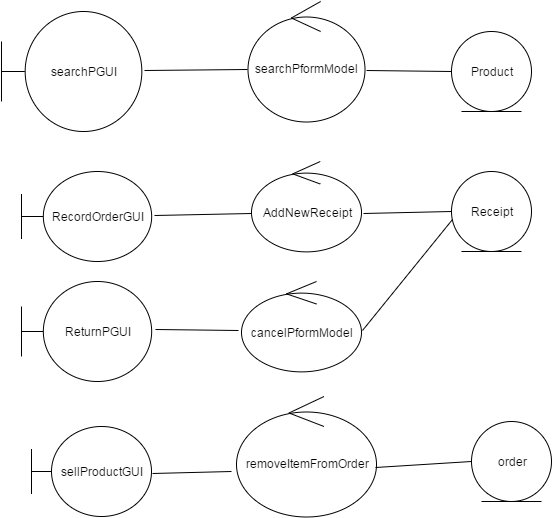
Before: MVCmodelSellproduct.png, a diagram exported from draw.io (suthikiet076/bSoftPOS_reqDoc). Source tidied: cells renumbered, new cells last; positions are measured from the earlier drawing's top-left corner, leaving out a move shared by most shapes. Its diagram source:
```xml
<mxGraphModel background="#ffffff">
  <root>
    <mxCell id="0" />
    <mxCell id="1" parent="0" />
    <mxCell id="2" value="searchPGUI" style="shape=umlBoundary;whiteSpace=wrap;html=1;" parent="1" vertex="1">
      <mxGeometry y="10" width="140" height="120" as="geometry" />
    </mxCell>
    <mxCell id="3" value="Product" style="ellipse;shape=umlEntity;whiteSpace=wrap;html=1;" parent="1" vertex="1">
      <mxGeometry x="450" y="30" width="80" height="80" as="geometry" />
    </mxCell>
    <mxCell id="4" value="searchPformModel" style="ellipse;shape=umlControl;whiteSpace=wrap;html=1;" parent="1" vertex="1">
      <mxGeometry x="246" width="117" height="120" as="geometry" />
    </mxCell>
    <mxCell id="5" style="endArrow=none;html=1;exitX=1.021;exitY=0.492;exitPerimeter=0;entryX=0;entryY=0.567;entryPerimeter=0;" parent="1" edge="1" source="2" target="4">
      <mxGeometry relative="1" as="geometry" />
    </mxCell>
    <mxCell id="6" style="endArrow=none;html=1;exitX=1.017;exitY=0.575;exitPerimeter=0;entryX=0;entryY=0.5;" parent="1" edge="1" source="4" target="3">
      <mxGeometry relative="1" as="geometry" />
    </mxCell>
    <mxCell id="7" value="RecordOrderGUI" style="shape=umlBoundary;whiteSpace=wrap;html=1;" parent="1" vertex="1">
      <mxGeometry x="20" y="170" width="130" height="90" as="geometry" />
    </mxCell>
    <mxCell id="8" value="Receipt" style="ellipse;shape=umlEntity;whiteSpace=wrap;html=1;" parent="1" vertex="1">
      <mxGeometry x="450" y="170" width="80" height="80" as="geometry" />
    </mxCell>
    <mxCell id="9" value="AddNewReceipt" style="ellipse;shape=umlControl;whiteSpace=wrap;html=1;" parent="1" vertex="1">
      <mxGeometry x="250" y="160" width="110" height="90" as="geometry" />
    </mxCell>
    <mxCell id="10" value="ReturnPGUI" style="shape=umlBoundary;whiteSpace=wrap;html=1;" parent="1" vertex="1">
      <mxGeometry x="20" y="280" width="130" height="100" as="geometry" />
    </mxCell>
    <mxCell id="11" value="cancelPformModel" style="ellipse;shape=umlControl;whiteSpace=wrap;html=1;" parent="1" vertex="1">
      <mxGeometry x="240" y="280" width="120" height="90" as="geometry" />
    </mxCell>
    <mxCell id="12" style="endArrow=none;html=1;entryX=0;entryY=0.578;entryPerimeter=0;exitX=1.023;exitY=0.489;exitPerimeter=0;" parent="1" edge="1" source="7" target="9">
      <mxGeometry relative="1" as="geometry" />
    </mxCell>
    <mxCell id="13" style="endArrow=none;html=1;exitX=1.018;exitY=0.578;exitPerimeter=0;entryX=0;entryY=0.5;" parent="1" edge="1" source="9" target="8">
      <mxGeometry x="410" y="249" as="geometry" />
    </mxCell>
    <mxCell id="14" style="endArrow=none;html=1;entryX=-0.025;entryY=0.544;entryPerimeter=0;exitX=1.031;exitY=0.48;exitPerimeter=0;" parent="1" edge="1" source="10" target="11">
      <mxGeometry x="224" y="275" as="geometry" />
    </mxCell>
    <mxCell id="15" style="endArrow=none;html=1;entryX=0.013;entryY=0.6;entryPerimeter=0;exitX=1.008;exitY=0.544;exitPerimeter=0;" parent="1" edge="1" source="11" target="8">
      <mxGeometry x="451" y="360" as="geometry" />
    </mxCell>
    <mxCell id="16" value="sellProductGUI" style="shape=umlBoundary;whiteSpace=wrap;html=1;" parent="1" vertex="1">
      <mxGeometry x="30" y="425" width="120" height="90" as="geometry" />
    </mxCell>
    <mxCell id="17" value="order" style="ellipse;shape=umlEntity;whiteSpace=wrap;html=1;" parent="1" vertex="1">
      <mxGeometry x="470" y="420" width="80" height="80" as="geometry" />
    </mxCell>
    <mxCell id="18" value="removeItemFromOrder" style="ellipse;shape=umlControl;whiteSpace=wrap;html=1;" parent="1" vertex="1">
      <mxGeometry x="235" y="395" width="140" height="120" as="geometry" />
    </mxCell>
    <mxCell id="19" style="endArrow=none;html=1;exitX=1.008;exitY=0.522;exitPerimeter=0;" parent="1" edge="1" source="16">
      <mxGeometry relative="1" as="geometry">
        <mxPoint x="230" y="470" as="targetPoint" />
      </mxGeometry>
    </mxCell>
    <mxCell id="20" style="endArrow=none;html=1;exitX=0.993;exitY=0.592;exitPerimeter=0;entryX=0;entryY=0.5;" parent="1" edge="1" source="18" target="17">
      <mxGeometry x="425" y="509" as="geometry" />
    </mxCell>
  </root>
</mxGraphModel>
```
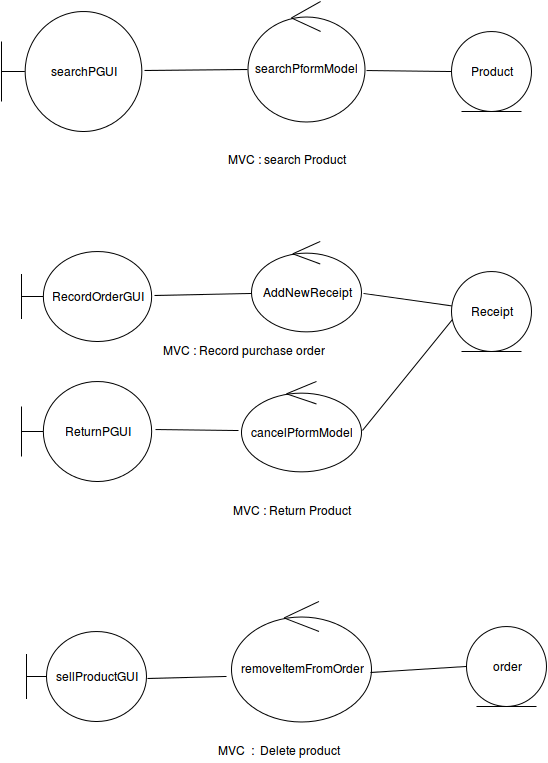
The same file after the commit.

The edit, as a diff of the source:
```diff
@@ -3,13 +3,13 @@
     <mxCell id="0" />
     <mxCell id="1" parent="0" />
     <mxCell id="2" value="searchPGUI" style="shape=umlBoundary;whiteSpace=wrap;html=1;" parent="1" vertex="1">
-      <mxGeometry y="10" width="140" height="120" as="geometry" />
+      <mxGeometry x="65" y="70" width="140" height="120" as="geometry" />
     </mxCell>
     <mxCell id="3" value="Product" style="ellipse;shape=umlEntity;whiteSpace=wrap;html=1;" parent="1" vertex="1">
-      <mxGeometry x="450" y="30" width="80" height="80" as="geometry" />
+      <mxGeometry x="515" y="90" width="80" height="80" as="geometry" />
     </mxCell>
     <mxCell id="4" value="searchPformModel" style="ellipse;shape=umlControl;whiteSpace=wrap;html=1;" parent="1" vertex="1">
-      <mxGeometry x="246" width="117" height="120" as="geometry" />
+      <mxGeometry x="311" y="60" width="117" height="120" as="geometry" />
     </mxCell>
     <mxCell id="5" style="endArrow=none;html=1;exitX=1.021;exitY=0.492;exitPerimeter=0;entryX=0;entryY=0.567;entryPerimeter=0;" parent="1" edge="1" source="2" target="4">
       <mxGeometry relative="1" as="geometry" />
@@ -18,48 +18,60 @@
       <mxGeometry relative="1" as="geometry" />
     </mxCell>
     <mxCell id="7" value="RecordOrderGUI" style="shape=umlBoundary;whiteSpace=wrap;html=1;" parent="1" vertex="1">
-      <mxGeometry x="20" y="170" width="130" height="90" as="geometry" />
+      <mxGeometry x="85" y="310" width="130" height="90" as="geometry" />
     </mxCell>
     <mxCell id="8" value="Receipt" style="ellipse;shape=umlEntity;whiteSpace=wrap;html=1;" parent="1" vertex="1">
-      <mxGeometry x="450" y="170" width="80" height="80" as="geometry" />
+      <mxGeometry x="515" y="330" width="80" height="80" as="geometry" />
     </mxCell>
     <mxCell id="9" value="AddNewReceipt" style="ellipse;shape=umlControl;whiteSpace=wrap;html=1;" parent="1" vertex="1">
-      <mxGeometry x="250" y="160" width="110" height="90" as="geometry" />
+      <mxGeometry x="315" y="300" width="110" height="90" as="geometry" />
     </mxCell>
     <mxCell id="10" value="ReturnPGUI" style="shape=umlBoundary;whiteSpace=wrap;html=1;" parent="1" vertex="1">
-      <mxGeometry x="20" y="280" width="130" height="100" as="geometry" />
+      <mxGeometry x="85" y="440" width="130" height="100" as="geometry" />
     </mxCell>
     <mxCell id="11" value="cancelPformModel" style="ellipse;shape=umlControl;whiteSpace=wrap;html=1;" parent="1" vertex="1">
-      <mxGeometry x="240" y="280" width="120" height="90" as="geometry" />
+      <mxGeometry x="305" y="440" width="120" height="90" as="geometry" />
     </mxCell>
     <mxCell id="12" style="endArrow=none;html=1;entryX=0;entryY=0.578;entryPerimeter=0;exitX=1.023;exitY=0.489;exitPerimeter=0;" parent="1" edge="1" source="7" target="9">
       <mxGeometry relative="1" as="geometry" />
     </mxCell>
-    <mxCell id="13" style="endArrow=none;html=1;exitX=1.018;exitY=0.578;exitPerimeter=0;entryX=0;entryY=0.5;" parent="1" edge="1" source="9" target="8">
-      <mxGeometry x="410" y="249" as="geometry" />
+    <mxCell id="13" style="endArrow=none;html=1;exitX=1.018;exitY=0.578;exitPerimeter=0;" parent="1" edge="1" source="9" target="8">
+      <mxGeometry x="475" y="389" as="geometry" />
     </mxCell>
     <mxCell id="14" style="endArrow=none;html=1;entryX=-0.025;entryY=0.544;entryPerimeter=0;exitX=1.031;exitY=0.48;exitPerimeter=0;" parent="1" edge="1" source="10" target="11">
-      <mxGeometry x="224" y="275" as="geometry" />
+      <mxGeometry x="289" y="435" as="geometry" />
     </mxCell>
     <mxCell id="15" style="endArrow=none;html=1;entryX=0.013;entryY=0.6;entryPerimeter=0;exitX=1.008;exitY=0.544;exitPerimeter=0;" parent="1" edge="1" source="11" target="8">
-      <mxGeometry x="451" y="360" as="geometry" />
+      <mxGeometry x="516" y="520" as="geometry" />
     </mxCell>
     <mxCell id="16" value="sellProductGUI" style="shape=umlBoundary;whiteSpace=wrap;html=1;" parent="1" vertex="1">
-      <mxGeometry x="30" y="425" width="120" height="90" as="geometry" />
+      <mxGeometry x="90" y="690" width="120" height="90" as="geometry" />
     </mxCell>
     <mxCell id="17" value="order" style="ellipse;shape=umlEntity;whiteSpace=wrap;html=1;" parent="1" vertex="1">
-      <mxGeometry x="470" y="420" width="80" height="80" as="geometry" />
+      <mxGeometry x="530" y="685" width="80" height="80" as="geometry" />
     </mxCell>
     <mxCell id="18" value="removeItemFromOrder" style="ellipse;shape=umlControl;whiteSpace=wrap;html=1;" parent="1" vertex="1">
-      <mxGeometry x="235" y="395" width="140" height="120" as="geometry" />
+      <mxGeometry x="295" y="660" width="140" height="120" as="geometry" />
     </mxCell>
     <mxCell id="19" style="endArrow=none;html=1;exitX=1.008;exitY=0.522;exitPerimeter=0;" parent="1" edge="1" source="16">
       <mxGeometry relative="1" as="geometry">
-        <mxPoint x="230" y="470" as="targetPoint" />
+        <mxPoint x="290" y="735" as="targetPoint" />
       </mxGeometry>
     </mxCell>
     <mxCell id="20" style="endArrow=none;html=1;exitX=0.993;exitY=0.592;exitPerimeter=0;entryX=0;entryY=0.5;" parent="1" edge="1" source="18" target="17">
-      <mxGeometry x="425" y="509" as="geometry" />
+      <mxGeometry x="485" y="774" as="geometry" />
     </mxCell>
+    <mxCell id="21" value="MVC&amp;nbsp; :&amp;nbsp; Delete product&amp;nbsp; &lt;br&gt;" style="text;html=1;align=left;verticalAlign=top;spacingTop=-4;" parent="1" vertex="1">
+      <mxGeometry x="280" y="800" width="140" height="20" as="geometry" />
+    </mxCell>
+    <mxCell id="22" value="MVC : Return Product &lt;br&gt;" style="text;html=1;align=left;verticalAlign=top;spacingTop=-4;" parent="1" vertex="1">
+      <mxGeometry x="295" y="560" width="130" height="20" as="geometry" />
+    </mxCell>
+    <mxCell id="23" value="MVC : Record purchase order&amp;nbsp; &lt;br&gt;" style="text;html=1;align=left;verticalAlign=top;spacingTop=-4;" parent="1" vertex="1">
+      <mxGeometry x="225" y="400" width="180" height="20" as="geometry" />
+    </mxCell>
+    <mxCell id="24" value="MVC : search Product &lt;br&gt;" style="text;html=1;align=left;verticalAlign=top;spacingTop=-4;" parent="1" vertex="1">
+      <mxGeometry x="290" y="209" width="130" height="20" as="geometry" />
+    </mxCell>
   </root>
 </mxGraphModel>
```
